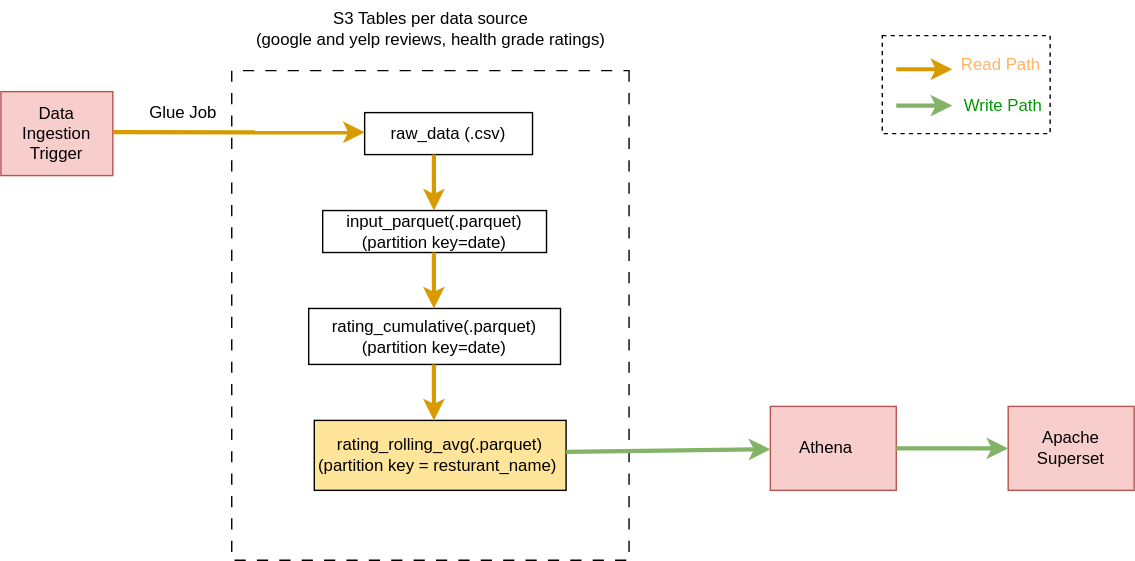
Before: images/Setup.svg, a diagram exported from draw.io (sonajojo7/EatFoodWise). Source tidied: cells renumbered, new cells last; positions are measured from the earlier drawing's top-left corner, leaving out a move shared by most shapes.
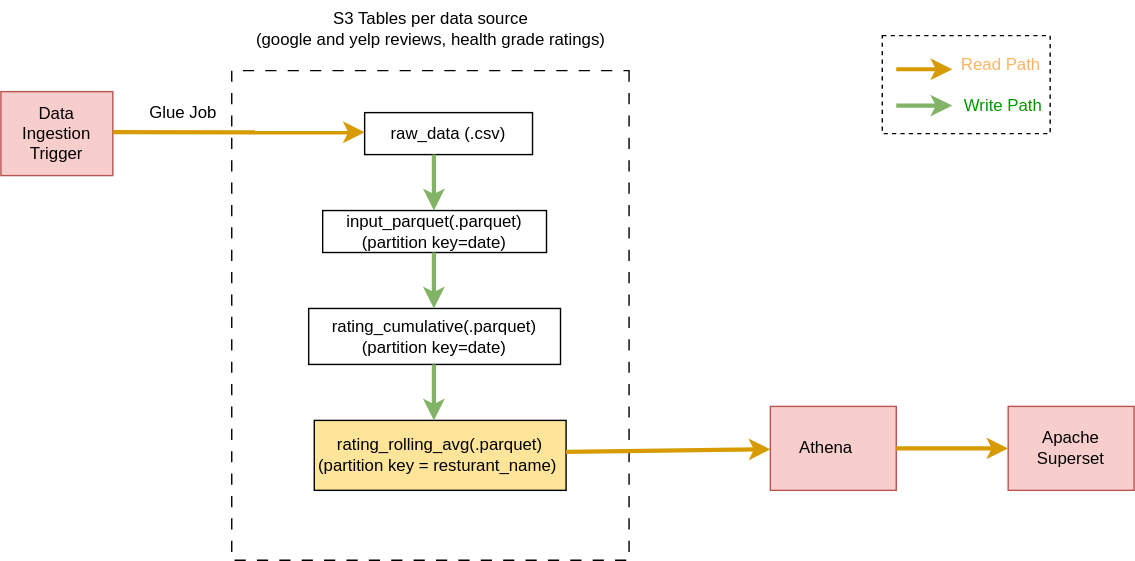
Later version of the same file.

The edit, as a diff of the source:
```diff
@@ -20,7 +20,7 @@
     <mxCell id="7" value="Athena&amp;nbsp; &amp;nbsp;" style="rounded=0;whiteSpace=wrap;html=1;fillColor=#f8cecc;strokeColor=#b85450;" parent="1" vertex="1">
       <mxGeometry x="550" y="290" width="90" height="60" as="geometry" />
     </mxCell>
-    <mxCell id="8" style="endArrow=classic;html=1;rounded=0;entryX=0;entryY=0.5;entryDx=0;entryDy=0;exitX=1;exitY=0.5;exitDx=0;exitDy=0;fillColor=#d5e8d4;strokeColor=#82b366;strokeWidth=3;" parent="1" edge="1" source="7" target="6">
+    <mxCell id="8" style="endArrow=classic;html=1;rounded=0;entryX=0;entryY=0.5;entryDx=0;entryDy=0;exitX=1;exitY=0.5;exitDx=0;exitDy=0;fillColor=#ffe6cc;strokeColor=#d79b00;strokeWidth=3;" parent="1" edge="1" source="7" target="6">
       <mxGeometry relative="1" as="geometry" />
     </mxCell>
     <mxCell id="9" style="rounded=0;whiteSpace=wrap;html=1;direction=south;dashed=1;dashPattern=8 8;" parent="1" vertex="1">
@@ -52,24 +52,24 @@
         <mxPoint x="260" y="94.1" as="targetPoint" />
       </mxGeometry>
     </mxCell>
-    <mxCell id="17" style="endArrow=classic;html=1;rounded=0;exitX=1;exitY=0.25;exitDx=0;exitDy=0;fillColor=#d5e8d4;strokeColor=#82b366;strokeWidth=3;" parent="1" edge="1" target="7">
+    <mxCell id="17" style="endArrow=classic;html=1;rounded=0;exitX=1;exitY=0.25;exitDx=0;exitDy=0;fillColor=#ffe6cc;strokeColor=#d79b00;strokeWidth=3;" parent="1" edge="1" target="7">
       <mxGeometry relative="1" as="geometry">
         <mxPoint x="404" y="322.5" as="sourcePoint" />
       </mxGeometry>
     </mxCell>
-    <mxCell id="18" style="endArrow=classic;html=1;rounded=0;fillColor=#ffe6cc;strokeColor=#d79b00;strokeWidth=3;" parent="1" edge="1">
+    <mxCell id="18" style="endArrow=classic;html=1;rounded=0;fillColor=#d5e8d4;strokeColor=#82b366;strokeWidth=3;" parent="1" edge="1">
       <mxGeometry relative="1" as="geometry">
         <mxPoint x="309.5" y="180" as="sourcePoint" />
         <mxPoint x="309.5" y="220" as="targetPoint" />
       </mxGeometry>
     </mxCell>
-    <mxCell id="19" style="endArrow=classic;html=1;rounded=0;fillColor=#ffe6cc;strokeColor=#d79b00;strokeWidth=3;" parent="1" edge="1">
+    <mxCell id="19" style="endArrow=classic;html=1;rounded=0;fillColor=#d5e8d4;strokeColor=#82b366;strokeWidth=3;" parent="1" edge="1">
       <mxGeometry relative="1" as="geometry">
         <mxPoint x="309.5" y="260" as="sourcePoint" />
         <mxPoint x="309.5" y="300" as="targetPoint" />
       </mxGeometry>
     </mxCell>
-    <mxCell id="20" style="endArrow=classic;html=1;rounded=0;fillColor=#ffe6cc;strokeColor=#d79b00;strokeWidth=3;" parent="1" edge="1">
+    <mxCell id="20" style="endArrow=classic;html=1;rounded=0;fillColor=#d5e8d4;strokeColor=#82b366;strokeWidth=3;" parent="1" edge="1">
       <mxGeometry relative="1" as="geometry">
         <mxPoint x="309.5" y="110" as="sourcePoint" />
         <mxPoint x="309.5" y="150" as="targetPoint" />
```
